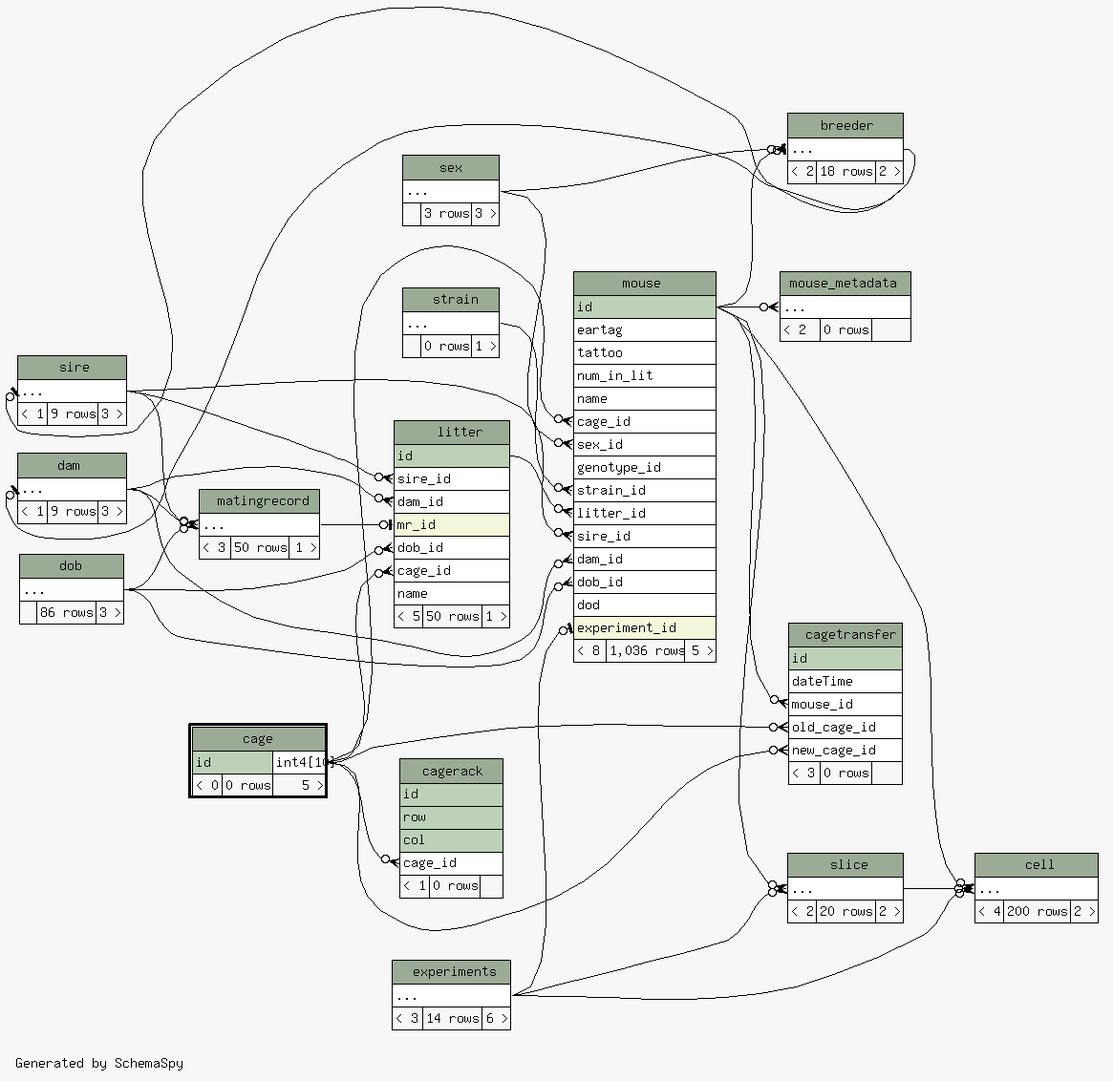
tgbugs/mlab keeps this Graphviz diagram as database/ss/diagrams/cage.2degrees.png. Above is the earlier version. Its source is kept beside it as database/ss/diagrams/cage.2degrees.dot.
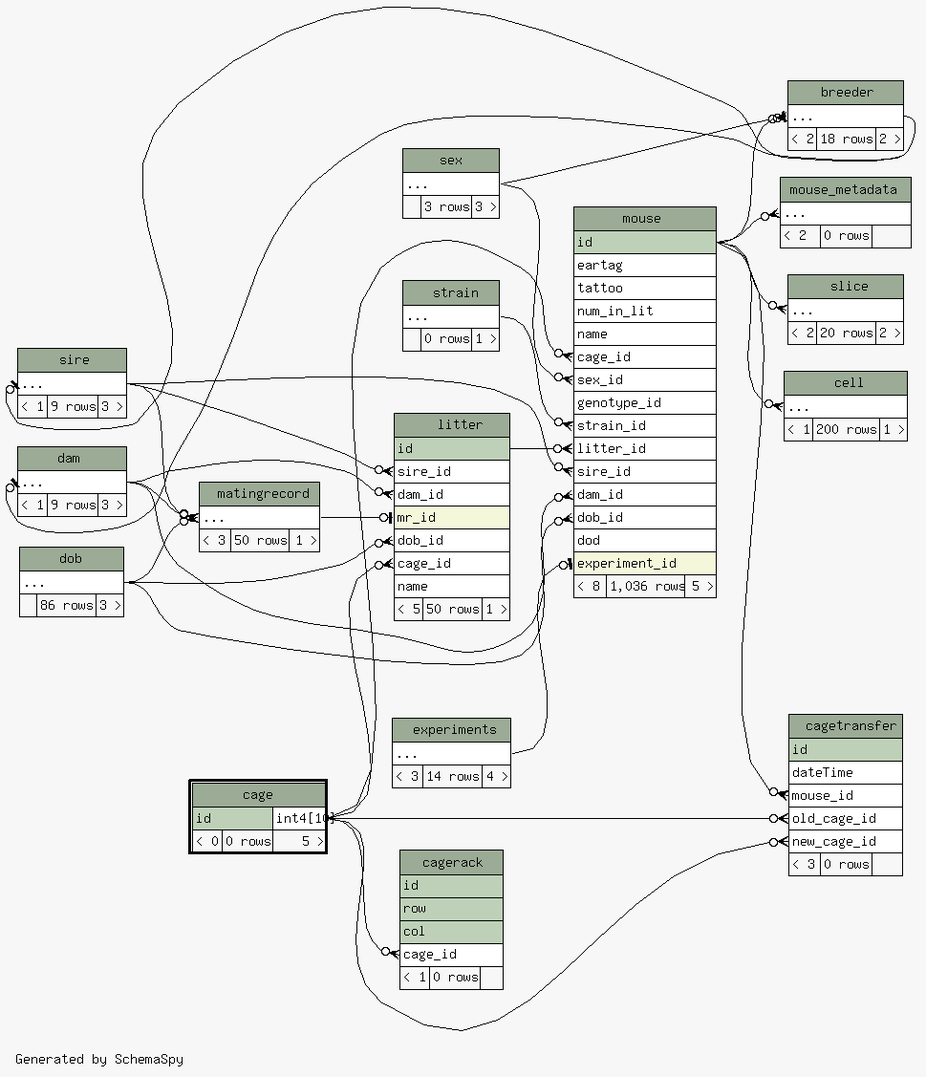
The same diagram one commit later.

Diff of the diagram source:
```diff
@@ -23,9 +23,7 @@
   "cagetransfer":"mouse_id":w -> "mouse":"id":e [arrowhead=none dir=back arrowtail=crowodot];
   "cagetransfer":"new_cage_id":w -> "cage":"id.type":e [arrowhead=none dir=back arrowtail=crowodot];
   "cagetransfer":"old_cage_id":w -> "cage":"id.type":e [arrowhead=none dir=back arrowtail=crowodot];
-  "cell":"elipses":w -> "experiments":"elipses":e [arrowhead=none dir=back arrowtail=crowodot];
   "cell":"elipses":w -> "mouse":"id":e [arrowhead=none dir=back arrowtail=crowodot];
-  "cell":"elipses":w -> "slice":"elipses":e [arrowhead=none dir=back arrowtail=crowodot];
   "dam":"elipses":w -> "breeder":"elipses":e [arrowhead=none dir=back arrowtail=teeodot];
   "litter":"cage_id":w -> "cage":"id.type":e [arrowhead=none dir=back arrowtail=crowodot];
   "litter":"dam_id":w -> "dam":"elipses":e [arrowhead=none dir=back arrowtail=crowodot];
@@ -46,7 +44,6 @@
   "mouse_metadata":"elipses":w -> "mouse":"id":e [arrowhead=none dir=back arrowtail=crowodot];
   "sire":"elipses":w -> "breeder":"elipses":e [arrowhead=none dir=back arrowtail=teeodot];
   "slice":"elipses":w -> "mouse":"id":e [arrowhead=none dir=back arrowtail=crowodot];
-  "slice":"elipses":w -> "experiments":"elipses":e [arrowhead=none dir=back arrowtail=crowodot];
   "breeder" [
     label=<
     <TABLE BORDER="0" CELLBORDER="1" CELLSPACING="0" BGCOLOR="#ffffff">
@@ -99,7 +96,7 @@
     <TABLE BORDER="0" CELLBORDER="1" CELLSPACING="0" BGCOLOR="#ffffff">
       <TR><TD COLSPAN="3" BGCOLOR="#9bab96" ALIGN="CENTER">cell</TD></TR>
       <TR><TD PORT="elipses" COLSPAN="3" ALIGN="LEFT">...</TD></TR>
-      <TR><TD ALIGN="LEFT" BGCOLOR="#f7f7f7">&lt; 4</TD><TD ALIGN="RIGHT" BGCOLOR="#f7f7f7">200 rows</TD><TD ALIGN="RIGHT" BGCOLOR="#f7f7f7">2 &gt;</TD></TR>
+      <TR><TD ALIGN="LEFT" BGCOLOR="#f7f7f7">&lt; 1</TD><TD ALIGN="RIGHT" BGCOLOR="#f7f7f7">200 rows</TD><TD ALIGN="RIGHT" BGCOLOR="#f7f7f7">1 &gt;</TD></TR>
     </TABLE>>
     URL="cell.html"
     tooltip="cell"
@@ -129,7 +126,7 @@
     <TABLE BORDER="0" CELLBORDER="1" CELLSPACING="0" BGCOLOR="#ffffff">
       <TR><TD COLSPAN="3" BGCOLOR="#9bab96" ALIGN="CENTER">experiments</TD></TR>
       <TR><TD PORT="elipses" COLSPAN="3" ALIGN="LEFT">...</TD></TR>
-      <TR><TD ALIGN="LEFT" BGCOLOR="#f7f7f7">&lt; 3</TD><TD ALIGN="RIGHT" BGCOLOR="#f7f7f7">14 rows</TD><TD ALIGN="RIGHT" BGCOLOR="#f7f7f7">6 &gt;</TD></TR>
+      <TR><TD ALIGN="LEFT" BGCOLOR="#f7f7f7">&lt; 3</TD><TD ALIGN="RIGHT" BGCOLOR="#f7f7f7">14 rows</TD><TD ALIGN="RIGHT" BGCOLOR="#f7f7f7">4 &gt;</TD></TR>
     </TABLE>>
     URL="experiments.html"
     tooltip="experiments"
```
